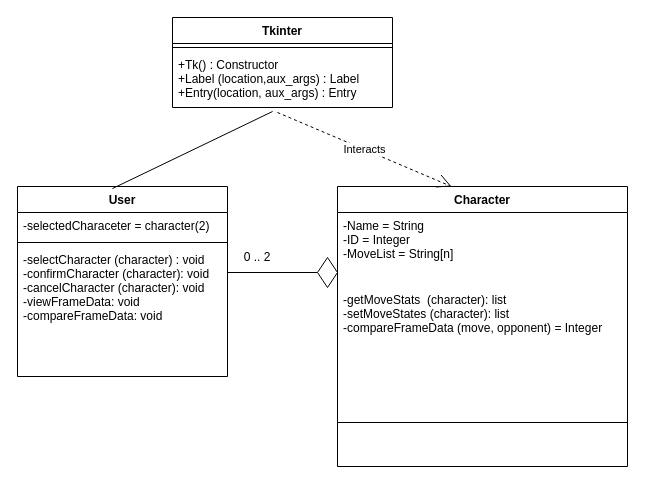
The draw.io diagram Class Diagram.drawio in aramis-matos/SkyboundDB, before the edit. Source tidied: cells renumbered, new cells numbered last; positions are measured from the earlier drawing's top-left corner, leaving out a move shared by most shapes. Both pictures are drawn from the tidied source at 100%, with x=0, y=0 at pixel (17, 17).
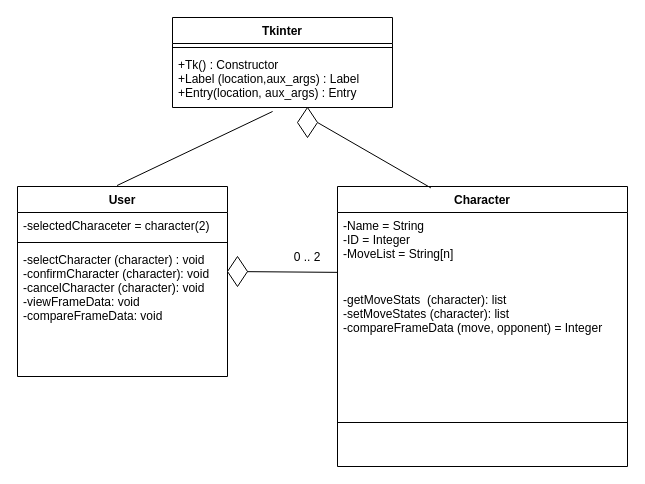
After the change.

Diff of the diagram source:
```diff
@@
 <mxGraphModel>
   <root>
     <mxCell id="0" />
     <mxCell id="1" parent="0" />
     <mxCell id="2" value="User" style="swimlane;fontStyle=1;align=center;verticalAlign=top;horizontal=1;startSize=26;" parent="1" vertex="1">
       <mxGeometry y="169" width="210" height="190" as="geometry" />
     </mxCell>
     <mxCell id="3" value="-selectedCharaceter = character(2)" style="text;strokeColor=none;fillColor=none;align=left;verticalAlign=top;spacingLeft=4;spacingRight=4;overflow=hidden;" parent="2" vertex="1">
       <mxGeometry y="26" width="210" height="26" as="geometry" />
     </mxCell>
     <mxCell id="4" style="line;strokeWidth=1;fillColor=none;align=left;verticalAlign=middle;spacingTop=-1;spacingLeft=3;spacingRight=3;labelPosition=right;" parent="2" vertex="1">
       <mxGeometry y="52" width="210" height="8" as="geometry" />
     </mxCell>
     <mxCell id="5" value="-selectCharacter (character) : void&#10;-confirmCharacter (character): void&#10;-cancelCharacter (character): void&#10;-viewFrameData: void&#10;-compareFrameData: void&#10;&#10;&#10;" style="text;strokeColor=none;fillColor=none;align=left;verticalAlign=top;spacingLeft=4;spacingRight=4;overflow=hidden;" parent="2" vertex="1">
       <mxGeometry y="60" width="210" height="130" as="geometry" />
     </mxCell>
     <mxCell id="6" value="Character" style="swimlane;fontStyle=1;align=center;verticalAlign=top;horizontal=1;startSize=26;" parent="1" vertex="1">
       <mxGeometry x="320" y="169" width="290" height="280" as="geometry" />
     </mxCell>
     <mxCell id="7" value="-Name = String&#10;-ID = Integer&#10;-MoveList = String[n]&#10;&#10;" style="text;strokeColor=none;fillColor=none;align=left;verticalAlign=top;spacingLeft=4;spacingRight=4;overflow=hidden;points=[[0,0.5],[1,0.5]];portConstraint=eastwest;" parent="6" vertex="1">
       <mxGeometry y="26" width="290" height="74" as="geometry" />
     </mxCell>
     <mxCell id="8" value="-getMoveStats  (character): list&#10;-setMoveStates (character): list&#10; -compareFrameData (move, opponent) = Integer&#10;&#10; &#10;" style="text;strokeColor=none;fillColor=none;align=left;verticalAlign=top;spacingLeft=4;spacingRight=4;overflow=hidden;" parent="6" vertex="1">
       <mxGeometry y="100" width="290" height="92" as="geometry" />
     </mxCell>
     <mxCell id="9" style="line;strokeWidth=1;fillColor=none;align=left;verticalAlign=middle;spacingTop=-1;spacingLeft=3;spacingRight=3;labelPosition=right;" parent="6" vertex="1">
       <mxGeometry y="192" width="290" height="88" as="geometry" />
     </mxCell>
     <mxCell id="10" value="Tkinter" style="swimlane;fontStyle=1;align=center;verticalAlign=top;horizontal=1;startSize=26;" parent="1" vertex="1">
       <mxGeometry x="155" width="220" height="90" as="geometry" />
     </mxCell>
     <mxCell id="11" style="line;strokeWidth=1;fillColor=none;align=left;verticalAlign=middle;spacingTop=-1;spacingLeft=3;spacingRight=3;labelPosition=right;" parent="10" vertex="1">
       <mxGeometry y="26" width="220" height="8" as="geometry" />
     </mxCell>
     <mxCell id="12" value="+Tk() : Constructor&#10;+Label (location,aux_args) : Label&#10;+Entry(location, aux_args) : Entry&#10;&#10;" style="text;strokeColor=none;fillColor=none;align=left;verticalAlign=top;spacingLeft=4;spacingRight=4;overflow=hidden;points=[[0,0.5],[1,0.5]];portConstraint=eastwest;" parent="10" vertex="1">
       <mxGeometry y="34" width="220" height="56" as="geometry" />
     </mxCell>
-    <mxCell id="13" value="Interacts" style="endArrow=open;endSize=12;dashed=1;html=1;exitX=0.477;exitY=1.089;exitDx=0;exitDy=0;exitPerimeter=0;entryX=0.393;entryY=0;entryDx=0;entryDy=0;entryPerimeter=0;" parent="1" edge="1" source="12" target="6">
-      <mxGeometry relative="1" as="geometry" />
-    </mxCell>
-    <mxCell id="14" style="endArrow=none;html=1;exitX=0.452;exitY=0.011;exitDx=0;exitDy=0;exitPerimeter=0;entryX=0.455;entryY=1.071;entryDx=0;entryDy=0;entryPerimeter=0;" parent="1" edge="1" source="2" target="12">
+    <mxCell id="14" style="endArrow=none;html=1;exitX=0.474;exitY=-0.005;exitDx=0;exitDy=0;exitPerimeter=0;entryX=0.455;entryY=1.071;entryDx=0;entryDy=0;entryPerimeter=0;" parent="1" edge="1" source="2" target="12">
       <mxGeometry relative="1" as="geometry" />
     </mxCell>
-    <mxCell id="15" style="endArrow=none;html=1;entryX=0;entryY=0.5;entryDx=0;entryDy=0;" parent="1" edge="1" target="16">
-      <mxGeometry relative="1" as="geometry">
-        <mxPoint x="210" y="255" as="sourcePoint" />
-      </mxGeometry>
+    <mxCell id="15" style="endArrow=none;html=1;entryX=-0.001;entryY=0.809;entryDx=0;entryDy=0;exitX=0;exitY=0.5;exitDx=0;exitDy=0;entryPerimeter=0;" parent="1" edge="1" source="16" target="7">
+      <mxGeometry relative="1" as="geometry" />
     </mxCell>
     <mxCell id="16" style="rhombus;whiteSpace=wrap;html=1;" parent="1" vertex="1">
-      <mxGeometry x="300" y="240" width="20" height="30" as="geometry" />
+      <mxGeometry x="210" y="239" width="20" height="30" as="geometry" />
     </mxCell>
     <mxCell id="17" value="0 .. 2" style="text;html=1;strokeColor=none;fillColor=none;align=center;verticalAlign=middle;whiteSpace=wrap;rounded=0;" parent="1" vertex="1">
-      <mxGeometry x="220" y="230" width="40" height="20" as="geometry" />
+      <mxGeometry x="270" y="230" width="40" height="20" as="geometry" />
     </mxCell>
+    <mxCell id="18" style="endArrow=none;html=1;entryX=1;entryY=0.5;entryDx=0;entryDy=0;exitX=0.322;exitY=0.005;exitDx=0;exitDy=0;exitPerimeter=0;" parent="1" edge="1" source="6" target="19">
+      <mxGeometry relative="1" as="geometry" />
+    </mxCell>
+    <mxCell id="19" style="rhombus;whiteSpace=wrap;html=1;" parent="1" vertex="1">
+      <mxGeometry x="280" y="90" width="20" height="30" as="geometry" />
+    </mxCell>
   </root>
 </mxGraphModel>
```
